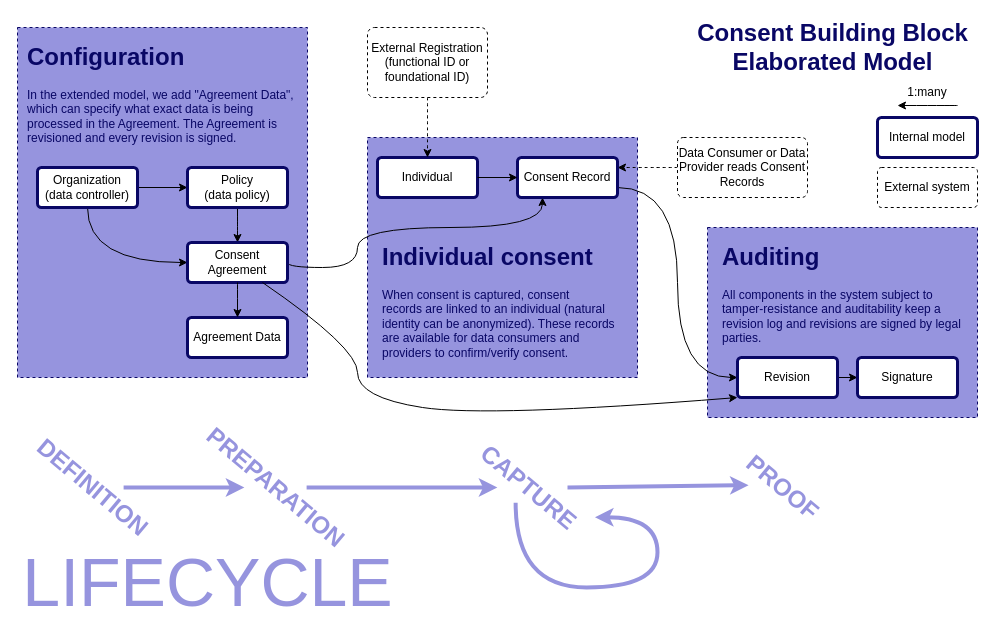
The draw.io diagram spec/diagrams/extended-resource-relationship-model.drawio in GovStackWorkingGroup/bb-consent, before the edit. Source tidied: cells renumbered, new cells numbered last; positions are measured from the earlier drawing's top-left corner, leaving out a move shared by most shapes. Both pictures are drawn from the tidied source at 100%, with x=0, y=0 at pixel (17, 17).
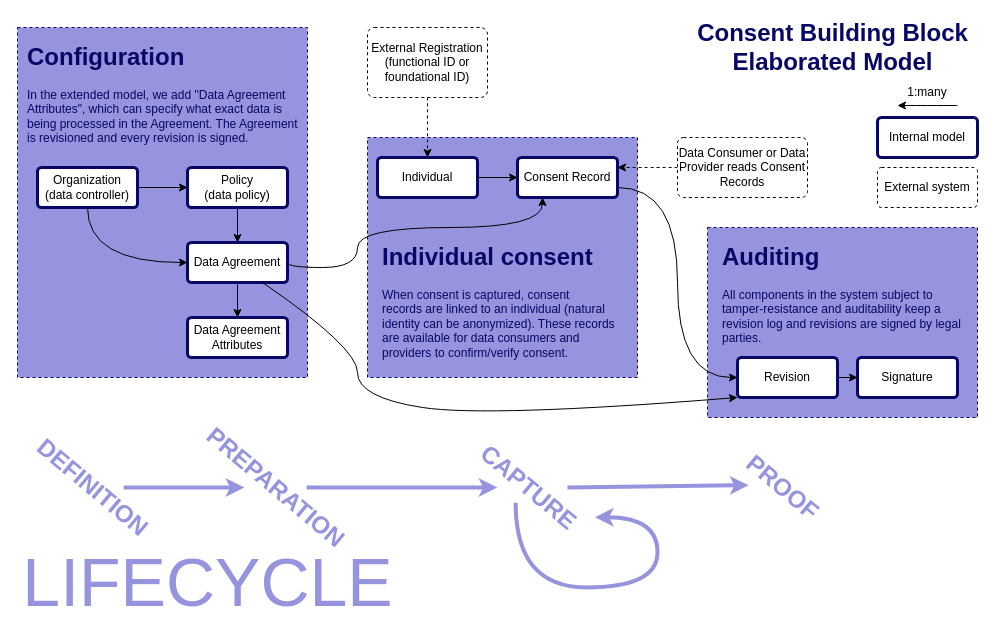
After the change.

Commit message (it also covers changes not shown here):
Update diagrams, renaming "Agreement" => "Data Agreement"

The edit, as a diff of the source:
```diff
@@
-    <mxCell id="11" value="Consent Agreement" style="rounded=1;arcSize=10;whiteSpace=wrap;html=1;align=center;strokeWidth=3;strokeColor=#090765;" parent="1" vertex="1">
+    <mxCell id="11" value="Data Agreement" style="rounded=1;arcSize=10;whiteSpace=wrap;html=1;align=center;strokeWidth=3;strokeColor=#090765;" parent="1" vertex="1">
       <mxGeometry x="170" y="225" width="100" height="40" as="geometry" />
     </mxCell>
@@
-    <mxCell id="21" value="&lt;h1&gt;Configuration&lt;/h1&gt;&lt;p&gt;In the extended model, we add &quot;Agreement Data&quot;, which can specify what exact data is being processed in the Agreement. The Agreement is revisioned and every revision is signed.&lt;br&gt;&lt;/p&gt;" style="text;html=1;strokeColor=none;fillColor=none;spacing=5;spacingTop=-20;whiteSpace=wrap;overflow=hidden;rounded=0;dashed=1;fontColor=#090765;" parent="1" vertex="1">
+    <mxCell id="21" value="&lt;h1&gt;Configuration&lt;/h1&gt;&lt;p&gt;In the extended model, we add &quot;Data Agreement Attributes&quot;, which can specify what exact data is being processed in the Agreement. The Agreement is revisioned and every revision is signed.&lt;br&gt;&lt;/p&gt;" style="text;html=1;strokeColor=none;fillColor=none;spacing=5;spacingTop=-20;whiteSpace=wrap;overflow=hidden;rounded=0;dashed=1;fontColor=#090765;" parent="1" vertex="1">
       <mxGeometry x="5" y="20" width="280" height="120" as="geometry" />
     </mxCell>
@@
-    <mxCell id="30" value="Agreement Data" style="rounded=1;arcSize=10;whiteSpace=wrap;html=1;align=center;strokeWidth=3;strokeColor=#090765;" parent="1" vertex="1">
+    <mxCell id="30" value="Data Agreement Attributes" style="rounded=1;arcSize=10;whiteSpace=wrap;html=1;align=center;strokeWidth=3;strokeColor=#090765;" parent="1" vertex="1">
       <mxGeometry x="170" y="300" width="100" height="40" as="geometry" />
     </mxCell>
```
